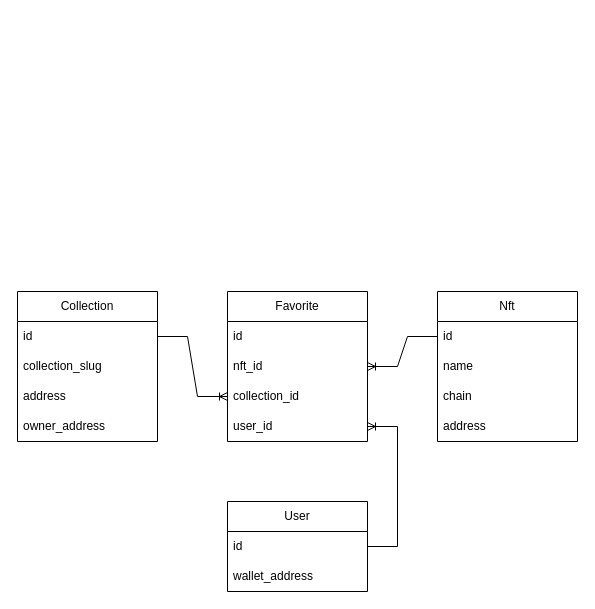
Above: Diplom.drawio in lam1to/Diplom (draw.io), before the change. Source tidied: cells renumbered, new cells numbered last; positions are measured from the earlier drawing's top-left corner, leaving out a move shared by most shapes. Both pictures are drawn from the tidied source at 100%, with x=0, y=0 at pixel (17, 291).
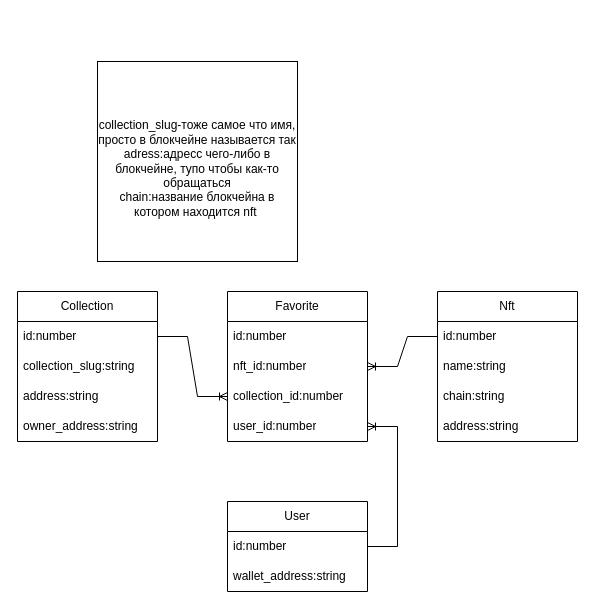
The same diagram, later.

The change refers to these unchanged cells:
```xml
<mxCell id="2" value="User" style="swimlane;fontStyle=0;horizontal=1;startSize=30;whiteSpace=wrap;html=1;" parent="1" vertex="1">
  <mxGeometry x="210" y="210" width="140" height="90" as="geometry" />
</mxCell>
<mxCell id="5" value="Nft" style="swimlane;fontStyle=0;horizontal=1;startSize=30;whiteSpace=wrap;html=1;" parent="1" vertex="1">
  <mxGeometry x="420" width="140" height="150" as="geometry" />
</mxCell>
<mxCell id="10" value="Collection" style="swimlane;fontStyle=0;horizontal=1;startSize=30;whiteSpace=wrap;html=1;" parent="1" vertex="1">
  <mxGeometry width="140" height="150" as="geometry" />
</mxCell>
<mxCell id="15" value="Favorite" style="swimlane;fontStyle=0;horizontal=1;startSize=30;whiteSpace=wrap;html=1;" parent="1" vertex="1">
  <mxGeometry x="210" width="140" height="150" as="geometry" />
</mxCell>
```

The edit, as a diff of the source:
```diff
@@
-    <mxCell id="3" value="id" style="text;strokeColor=none;fillColor=none;align=left;verticalAlign=middle;spacingLeft=4;spacingRight=4;overflow=hidden;points=[[0,0.5],[1,0.5]];portConstraint=eastwest;whiteSpace=wrap;html=1;" parent="2" vertex="1">
+    <mxCell id="3" value="id:number" style="text;strokeColor=none;fillColor=none;align=left;verticalAlign=middle;spacingLeft=4;spacingRight=4;overflow=hidden;points=[[0,0.5],[1,0.5]];portConstraint=eastwest;whiteSpace=wrap;html=1;" parent="2" vertex="1">
       <mxGeometry y="30" width="140" height="30" as="geometry" />
     </mxCell>
-    <mxCell id="4" value="wallet_address" style="text;strokeColor=none;fillColor=none;align=left;verticalAlign=middle;spacingLeft=4;spacingRight=4;overflow=hidden;whiteSpace=wrap;html=1;" parent="2" vertex="1">
+    <mxCell id="4" value="wallet_address:string" style="text;strokeColor=none;fillColor=none;align=left;verticalAlign=middle;spacingLeft=4;spacingRight=4;overflow=hidden;whiteSpace=wrap;html=1;" parent="2" vertex="1">
       <mxGeometry y="60" width="140" height="30" as="geometry" />
     </mxCell>
@@
-    <mxCell id="6" value="id" style="text;strokeColor=none;fillColor=none;align=left;verticalAlign=middle;spacingLeft=4;spacingRight=4;overflow=hidden;points=[[0,0.5],[1,0.5]];portConstraint=eastwest;whiteSpace=wrap;html=1;" parent="5" vertex="1">
+    <mxCell id="6" value="id:number" style="text;strokeColor=none;fillColor=none;align=left;verticalAlign=middle;spacingLeft=4;spacingRight=4;overflow=hidden;points=[[0,0.5],[1,0.5]];portConstraint=eastwest;whiteSpace=wrap;html=1;" parent="5" vertex="1">
       <mxGeometry y="30" width="140" height="30" as="geometry" />
     </mxCell>
-    <mxCell id="7" value="name" style="text;strokeColor=none;fillColor=none;align=left;verticalAlign=middle;spacingLeft=4;spacingRight=4;overflow=hidden;whiteSpace=wrap;html=1;" parent="5" vertex="1">
+    <mxCell id="7" value="name:string" style="text;strokeColor=none;fillColor=none;align=left;verticalAlign=middle;spacingLeft=4;spacingRight=4;overflow=hidden;whiteSpace=wrap;html=1;" parent="5" vertex="1">
       <mxGeometry y="60" width="140" height="30" as="geometry" />
     </mxCell>
-    <mxCell id="8" value="chain" style="text;strokeColor=none;fillColor=none;align=left;verticalAlign=middle;spacingLeft=4;spacingRight=4;overflow=hidden;whiteSpace=wrap;html=1;" parent="5" vertex="1">
+    <mxCell id="8" value="chain:string" style="text;strokeColor=none;fillColor=none;align=left;verticalAlign=middle;spacingLeft=4;spacingRight=4;overflow=hidden;whiteSpace=wrap;html=1;" parent="5" vertex="1">
       <mxGeometry y="90" width="140" height="30" as="geometry" />
     </mxCell>
-    <mxCell id="9" value="address" style="text;strokeColor=none;fillColor=none;align=left;verticalAlign=middle;spacingLeft=4;spacingRight=4;overflow=hidden;whiteSpace=wrap;html=1;" parent="5" vertex="1">
+    <mxCell id="9" value="address:string" style="text;strokeColor=none;fillColor=none;align=left;verticalAlign=middle;spacingLeft=4;spacingRight=4;overflow=hidden;whiteSpace=wrap;html=1;" parent="5" vertex="1">
       <mxGeometry y="120" width="140" height="30" as="geometry" />
     </mxCell>
@@
-    <mxCell id="11" value="id" style="text;strokeColor=none;fillColor=none;align=left;verticalAlign=middle;spacingLeft=4;spacingRight=4;overflow=hidden;points=[[0,0.5],[1,0.5]];portConstraint=eastwest;whiteSpace=wrap;html=1;" parent="10" vertex="1">
+    <mxCell id="11" value="id:number" style="text;strokeColor=none;fillColor=none;align=left;verticalAlign=middle;spacingLeft=4;spacingRight=4;overflow=hidden;points=[[0,0.5],[1,0.5]];portConstraint=eastwest;whiteSpace=wrap;html=1;" parent="10" vertex="1">
       <mxGeometry y="30" width="140" height="30" as="geometry" />
     </mxCell>
-    <mxCell id="12" value="collection_slug" style="text;strokeColor=none;fillColor=none;align=left;verticalAlign=middle;spacingLeft=4;spacingRight=4;overflow=hidden;whiteSpace=wrap;html=1;" parent="10" vertex="1">
+    <mxCell id="12" value="collection_slug:string" style="text;strokeColor=none;fillColor=none;align=left;verticalAlign=middle;spacingLeft=4;spacingRight=4;overflow=hidden;whiteSpace=wrap;html=1;" parent="10" vertex="1">
       <mxGeometry y="60" width="140" height="30" as="geometry" />
     </mxCell>
-    <mxCell id="13" value="address" style="text;strokeColor=none;fillColor=none;align=left;verticalAlign=middle;spacingLeft=4;spacingRight=4;overflow=hidden;whiteSpace=wrap;html=1;" parent="10" vertex="1">
+    <mxCell id="13" value="address:string" style="text;strokeColor=none;fillColor=none;align=left;verticalAlign=middle;spacingLeft=4;spacingRight=4;overflow=hidden;whiteSpace=wrap;html=1;" parent="10" vertex="1">
       <mxGeometry y="90" width="140" height="30" as="geometry" />
     </mxCell>
-    <mxCell id="14" value="owner_address" style="text;strokeColor=none;fillColor=none;align=left;verticalAlign=middle;spacingLeft=4;spacingRight=4;overflow=hidden;whiteSpace=wrap;html=1;" parent="10" vertex="1">
+    <mxCell id="14" value="owner_address:string" style="text;strokeColor=none;fillColor=none;align=left;verticalAlign=middle;spacingLeft=4;spacingRight=4;overflow=hidden;whiteSpace=wrap;html=1;" parent="10" vertex="1">
       <mxGeometry y="120" width="140" height="30" as="geometry" />
     </mxCell>
@@
-    <mxCell id="16" value="id" style="text;strokeColor=none;fillColor=none;align=left;verticalAlign=middle;spacingLeft=4;spacingRight=4;overflow=hidden;whiteSpace=wrap;html=1;" parent="15" vertex="1">
+    <mxCell id="16" value="id:number" style="text;strokeColor=none;fillColor=none;align=left;verticalAlign=middle;spacingLeft=4;spacingRight=4;overflow=hidden;whiteSpace=wrap;html=1;" parent="15" vertex="1">
       <mxGeometry y="30" width="140" height="30" as="geometry" />
     </mxCell>
-    <mxCell id="17" value="nft_id" style="text;strokeColor=none;fillColor=none;align=left;verticalAlign=middle;spacingLeft=4;spacingRight=4;overflow=hidden;points=[[0,0.5],[1,0.5]];portConstraint=eastwest;whiteSpace=wrap;html=1;" parent="15" vertex="1">
+    <mxCell id="17" value="nft_id:number" style="text;strokeColor=none;fillColor=none;align=left;verticalAlign=middle;spacingLeft=4;spacingRight=4;overflow=hidden;points=[[0,0.5],[1,0.5]];portConstraint=eastwest;whiteSpace=wrap;html=1;" parent="15" vertex="1">
       <mxGeometry y="60" width="140" height="30" as="geometry" />
     </mxCell>
-    <mxCell id="18" value="collection_id" style="text;strokeColor=none;fillColor=none;align=left;verticalAlign=middle;spacingLeft=4;spacingRight=4;overflow=hidden;points=[[0,0.5],[1,0.5]];portConstraint=eastwest;whiteSpace=wrap;html=1;" parent="15" vertex="1">
+    <mxCell id="18" value="collection_id:number" style="text;strokeColor=none;fillColor=none;align=left;verticalAlign=middle;spacingLeft=4;spacingRight=4;overflow=hidden;points=[[0,0.5],[1,0.5]];portConstraint=eastwest;whiteSpace=wrap;html=1;" parent="15" vertex="1">
       <mxGeometry y="90" width="140" height="30" as="geometry" />
     </mxCell>
-    <mxCell id="19" value="user_id" style="text;strokeColor=none;fillColor=none;align=left;verticalAlign=middle;spacingLeft=4;spacingRight=4;overflow=hidden;points=[[0,0.5],[1,0.5]];portConstraint=eastwest;whiteSpace=wrap;html=1;" parent="15" vertex="1">
+    <mxCell id="19" value="user_id:number" style="text;strokeColor=none;fillColor=none;align=left;verticalAlign=middle;spacingLeft=4;spacingRight=4;overflow=hidden;points=[[0,0.5],[1,0.5]];portConstraint=eastwest;whiteSpace=wrap;html=1;" parent="15" vertex="1">
       <mxGeometry y="120" width="140" height="30" as="geometry" />
     </mxCell>
@@
+    <mxCell id="23" value="&lt;div&gt;&lt;br&gt;&lt;/div&gt;&lt;div&gt;&lt;br&gt;&lt;/div&gt;&lt;div&gt;&lt;br&gt;&lt;/div&gt;&lt;div&gt;&lt;br&gt;&lt;/div&gt;&lt;div&gt;&lt;br&gt;&lt;/div&gt;&lt;div&gt;&lt;br&gt;&lt;/div&gt;&lt;div&gt;&lt;br&gt;&lt;/div&gt;&lt;div&gt;collection_slug-тоже самое что имя, просто в блокчейне называется так&lt;/div&gt;&lt;div&gt;adress:адресс чего-либо в блокчейне, тупо чтобы как-то обращаться&lt;/div&gt;&lt;div&gt;chain:название блокчейна в котором находится nft&amp;nbsp;&lt;/div&gt;&lt;div&gt;&lt;br&gt;&lt;/div&gt;&lt;div&gt;&lt;br&gt;&lt;/div&gt;&lt;div&gt;&lt;br&gt;&lt;/div&gt;&lt;div&gt;&lt;br&gt;&lt;/div&gt;&lt;div&gt;&lt;br&gt;&lt;/div&gt;&lt;div&gt;&lt;br&gt;&lt;/div&gt;" style="whiteSpace=wrap;html=1;" parent="1" vertex="1">
+      <mxGeometry x="80" y="-230" width="200" height="200" as="geometry" />
+    </mxCell>
```
